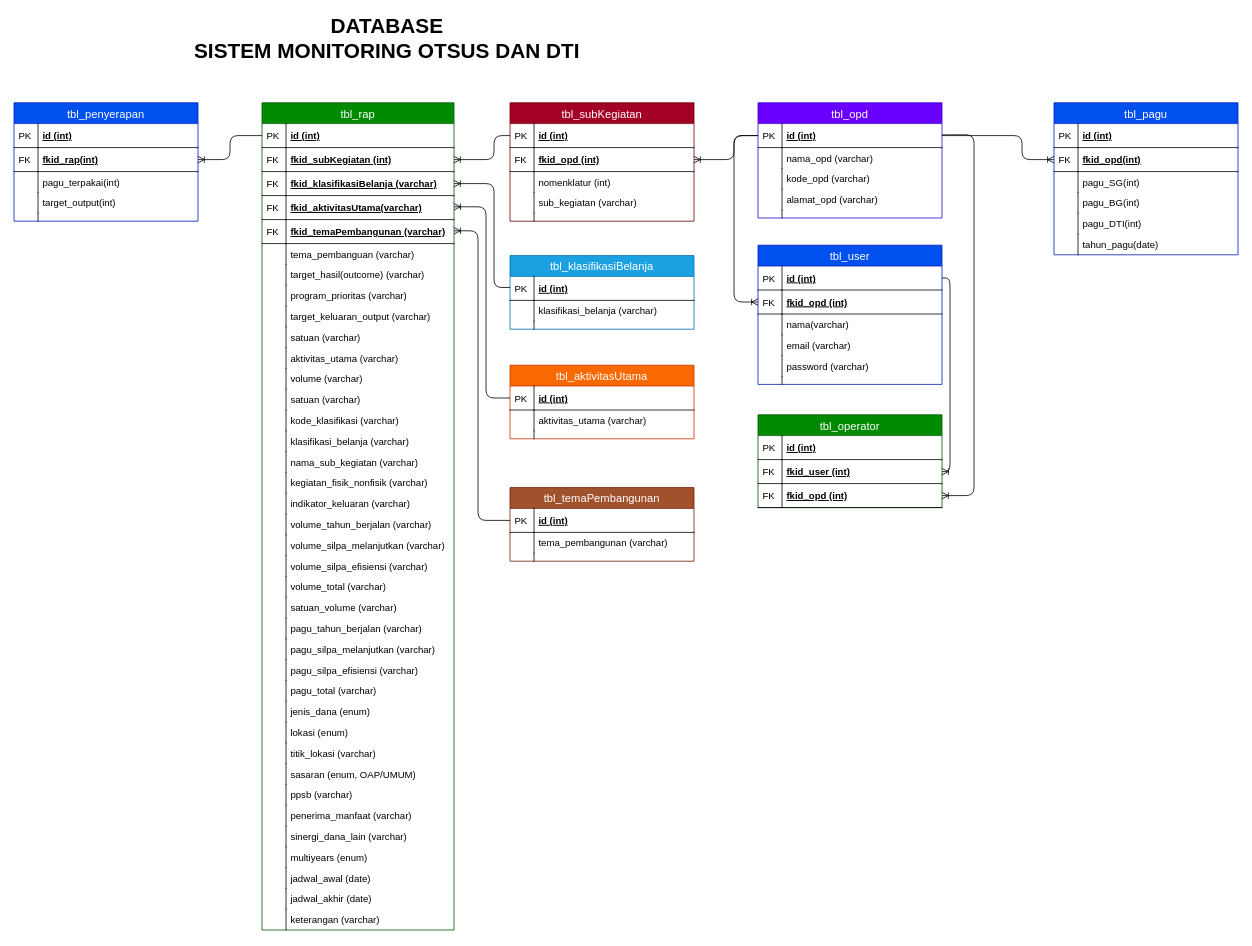
This is Database Simdoti PPS.drawio from Andikariski/SIMDOTIPPS, a draw.io file, before an edit. Source tidied: cells renumbered, new cells numbered last; positions are measured from the earlier drawing's top-left corner, leaving out a move shared by most shapes. Both pictures are drawn from the tidied source at 80%, with x=0, y=0 at pixel (14, 30).
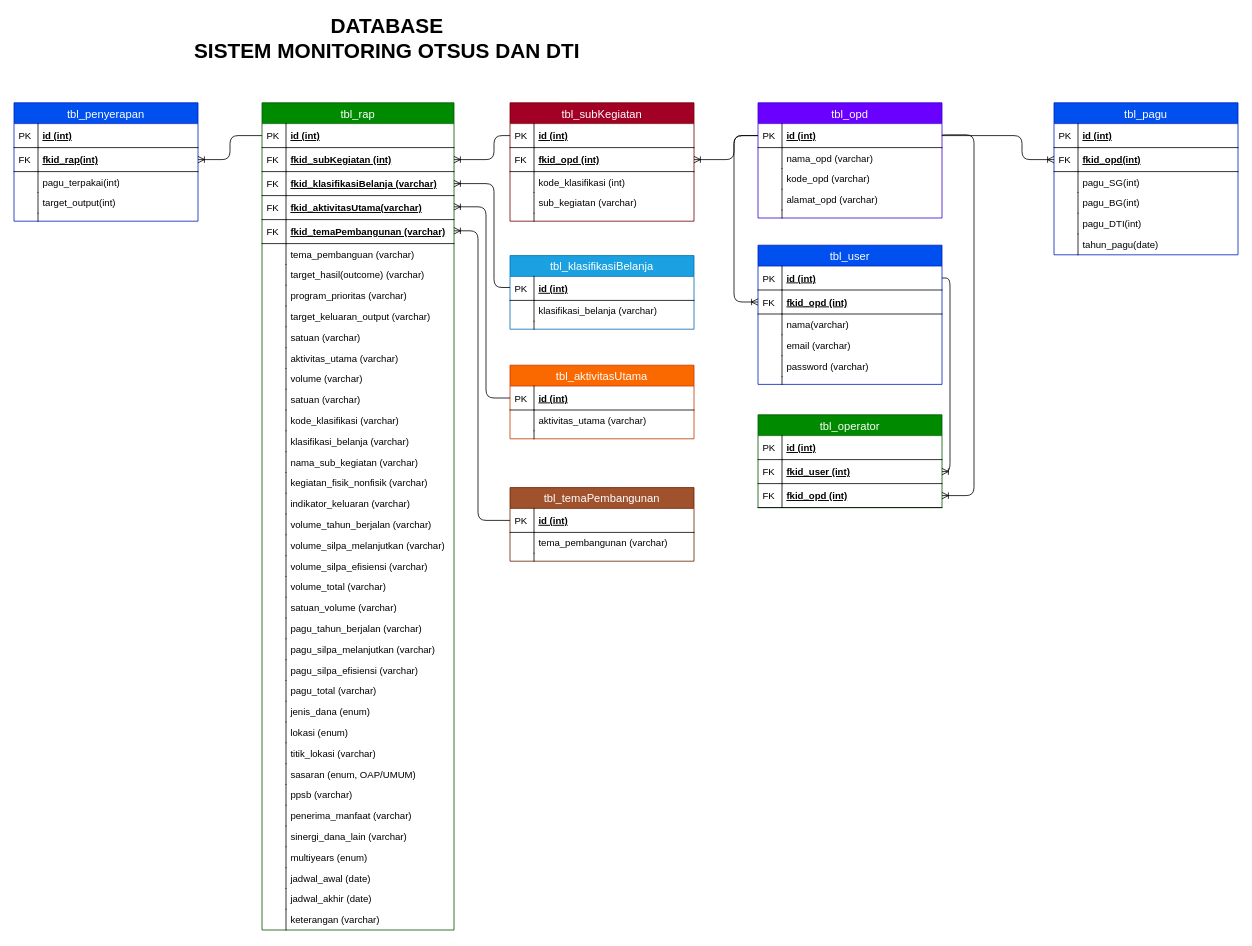
After the change.

Unchanged cells that the change refers to:
```xml
<mxCell id="103" value="tbl_subKegiatan" style="swimlane;fontStyle=0;horizontal=1;startSize=26;fillColor=#a20025;swimlaneFillColor=#ffffff;align=center;fontSize=14;strokeColor=#6F0000;fontColor=#ffffff;" parent="1" vertex="1">
  <mxGeometry x="620" y="90" width="230" height="148" as="geometry" />
</mxCell>
```

Change to the diagram source:
```diff
@@
-    <mxCell id="108" value="nomenklatur (int)" style="shape=partialRectangle;top=0;left=0;right=0;bottom=0;align=left;verticalAlign=top;fillColor=none;spacingLeft=34;spacingRight=4;overflow=hidden;fontSize=12;" parent="103" vertex="1">
+    <mxCell id="108" value="kode_klasifikasi (int)" style="shape=partialRectangle;top=0;left=0;right=0;bottom=0;align=left;verticalAlign=top;fillColor=none;spacingLeft=34;spacingRight=4;overflow=hidden;fontSize=12;" parent="103" vertex="1">
       <mxGeometry y="86" width="230" height="26" as="geometry" />
     </mxCell>
```
